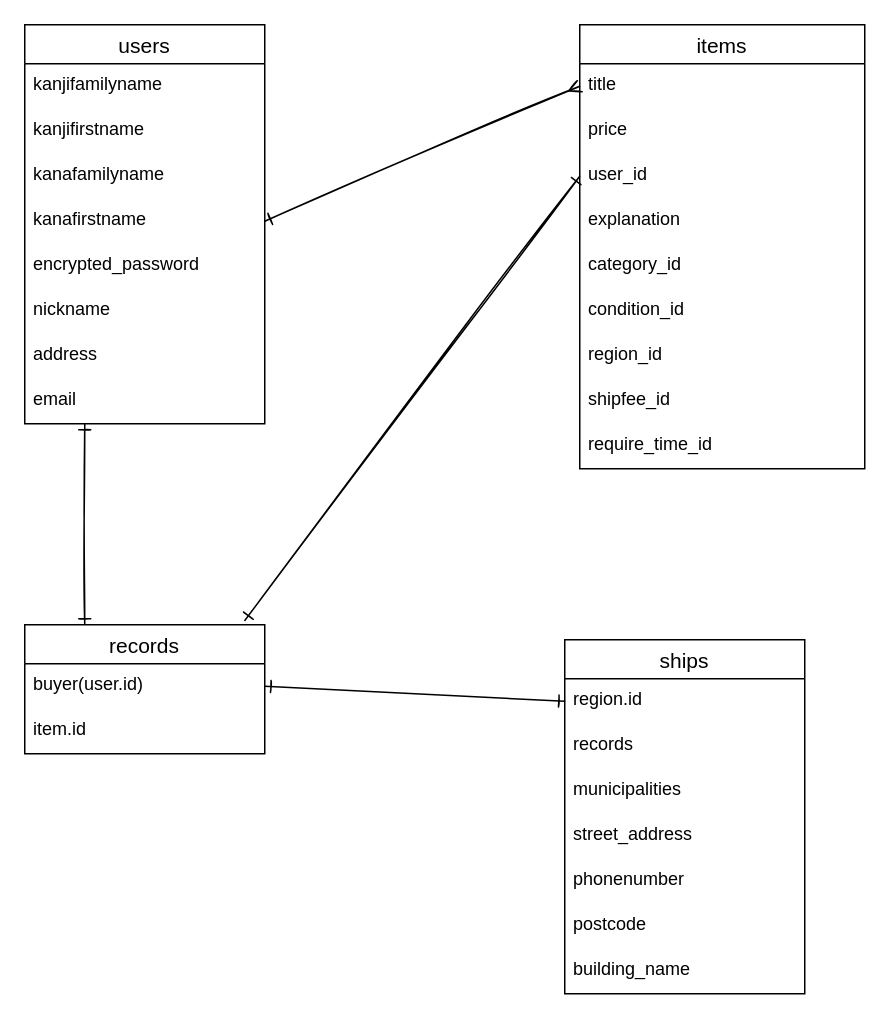
This is furima.dio from unitoro0903/furima-40427, a draw.io file, before an edit. Source tidied: cells renumbered, new cells numbered last; positions are measured from the earlier drawing's top-left corner, leaving out a move shared by most shapes. Both pictures are drawn from the tidied source at 150%, with x=0, y=0 at pixel (24, 24).
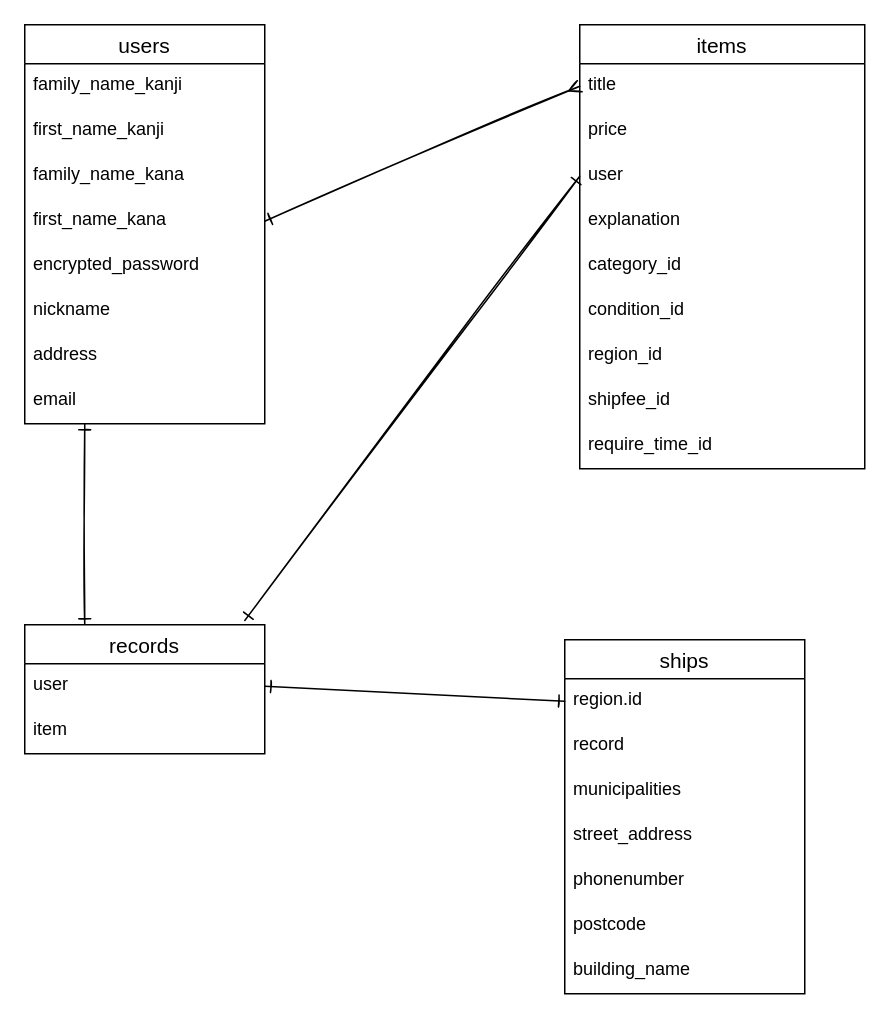
After the change.

Unchanged cells that the change refers to:
```xml
<mxCell id="2" value="users" style="swimlane;fontStyle=0;horizontal=1;startSize=26;align=center;fontSize=14;strokeColor=default;" parent="1" vertex="1">
  <mxGeometry width="160" height="266" as="geometry" />
</mxCell>
<mxCell id="11" value="items" style="swimlane;fontStyle=0;horizontal=1;startSize=26;align=center;fontSize=14;strokeColor=default;" parent="1" vertex="1">
  <mxGeometry x="370" width="190" height="296" as="geometry" />
</mxCell>
<mxCell id="22" value="records" style="swimlane;fontStyle=0;horizontal=1;startSize=26;align=center;fontSize=14;strokeColor=default;" parent="1" vertex="1">
  <mxGeometry y="400" width="160" height="86" as="geometry" />
</mxCell>
<mxCell id="25" value="ships" style="swimlane;fontStyle=0;horizontal=1;startSize=26;align=center;fontSize=14;strokeColor=default;" parent="1" vertex="1">
  <mxGeometry x="360" y="410" width="160" height="236" as="geometry" />
</mxCell>
```

Change to the diagram source:
```diff
@@
-    <mxCell id="3" value="kanjifamilyname" style="text;strokeColor=none;fillColor=none;spacingLeft=4;spacingRight=4;overflow=hidden;fontSize=12;" parent="2" vertex="1">
+    <mxCell id="3" value="family_name_kanji" style="text;strokeColor=none;fillColor=none;spacingLeft=4;spacingRight=4;overflow=hidden;fontSize=12;" parent="2" vertex="1">
       <mxGeometry y="26" width="160" height="30" as="geometry" />
     </mxCell>
-    <mxCell id="4" value="kanjifirstname" style="text;strokeColor=none;fillColor=none;spacingLeft=4;spacingRight=4;overflow=hidden;fontSize=12;" parent="2" vertex="1">
+    <mxCell id="4" value="first_name_kanji" style="text;strokeColor=none;fillColor=none;spacingLeft=4;spacingRight=4;overflow=hidden;fontSize=12;" parent="2" vertex="1">
       <mxGeometry y="56" width="160" height="30" as="geometry" />
     </mxCell>
-    <mxCell id="5" value="kanafamilyname" style="text;strokeColor=none;fillColor=none;spacingLeft=4;spacingRight=4;overflow=hidden;fontSize=12;" parent="2" vertex="1">
+    <mxCell id="5" value="family_name_kana" style="text;strokeColor=none;fillColor=none;spacingLeft=4;spacingRight=4;overflow=hidden;fontSize=12;" parent="2" vertex="1">
       <mxGeometry y="86" width="160" height="30" as="geometry" />
     </mxCell>
-    <mxCell id="6" value="kanafirstname" style="text;strokeColor=none;fillColor=none;spacingLeft=4;spacingRight=4;overflow=hidden;points=[[0,0.5],[1,0.5]];portConstraint=eastwest;fontSize=12;" parent="2" vertex="1">
+    <mxCell id="6" value="first_name_kana" style="text;strokeColor=none;fillColor=none;spacingLeft=4;spacingRight=4;overflow=hidden;points=[[0,0.5],[1,0.5]];portConstraint=eastwest;fontSize=12;" parent="2" vertex="1">
       <mxGeometry y="116" width="160" height="30" as="geometry" />
     </mxCell>
@@
-    <mxCell id="14" value="user_id" style="text;strokeColor=none;fillColor=none;spacingLeft=4;spacingRight=4;overflow=hidden;points=[[0,0.5],[1,0.5]];portConstraint=eastwest;fontSize=12;" parent="11" vertex="1">
+    <mxCell id="14" value="user" style="text;strokeColor=none;fillColor=none;spacingLeft=4;spacingRight=4;overflow=hidden;points=[[0,0.5],[1,0.5]];portConstraint=eastwest;fontSize=12;" parent="11" vertex="1">
       <mxGeometry y="86" width="190" height="30" as="geometry" />
     </mxCell>
@@
-    <mxCell id="23" value="buyer(user.id)" style="text;strokeColor=none;fillColor=none;spacingLeft=4;spacingRight=4;overflow=hidden;points=[[0,0.5],[1,0.5]];portConstraint=eastwest;fontSize=12;" parent="22" vertex="1">
+    <mxCell id="23" value="user" style="text;strokeColor=none;fillColor=none;spacingLeft=4;spacingRight=4;overflow=hidden;points=[[0,0.5],[1,0.5]];portConstraint=eastwest;fontSize=12;" parent="22" vertex="1">
       <mxGeometry y="26" width="160" height="30" as="geometry" />
     </mxCell>
-    <mxCell id="24" value="item.id" style="text;strokeColor=none;fillColor=none;spacingLeft=4;spacingRight=4;overflow=hidden;fontSize=12;" parent="22" vertex="1">
+    <mxCell id="24" value="item" style="text;strokeColor=none;fillColor=none;spacingLeft=4;spacingRight=4;overflow=hidden;fontSize=12;" parent="22" vertex="1">
       <mxGeometry y="56" width="160" height="30" as="geometry" />
     </mxCell>
@@
-    <mxCell id="27" value="records" style="text;strokeColor=none;fillColor=none;spacingLeft=4;spacingRight=4;overflow=hidden;fontSize=12;" parent="25" vertex="1">
+    <mxCell id="27" value="record" style="text;strokeColor=none;fillColor=none;spacingLeft=4;spacingRight=4;overflow=hidden;fontSize=12;" parent="25" vertex="1">
       <mxGeometry y="56" width="160" height="30" as="geometry" />
     </mxCell>
```
